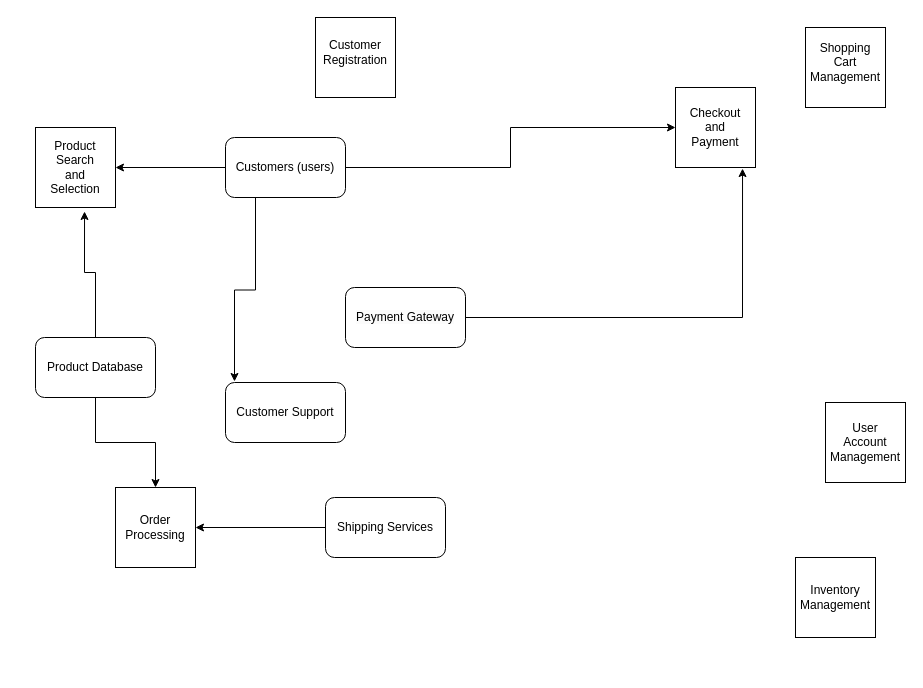
Before: Untitled Diagram.drawio in Chukwuebuka-2003/SE-DFD, a draw.io diagram. Source tidied: cells renumbered, new cells numbered last; positions are measured from the earlier drawing's top-left corner, leaving out a move shared by most shapes. Both pictures are drawn from the tidied source at 100%, with x=0, y=0 at pixel (35, 17).
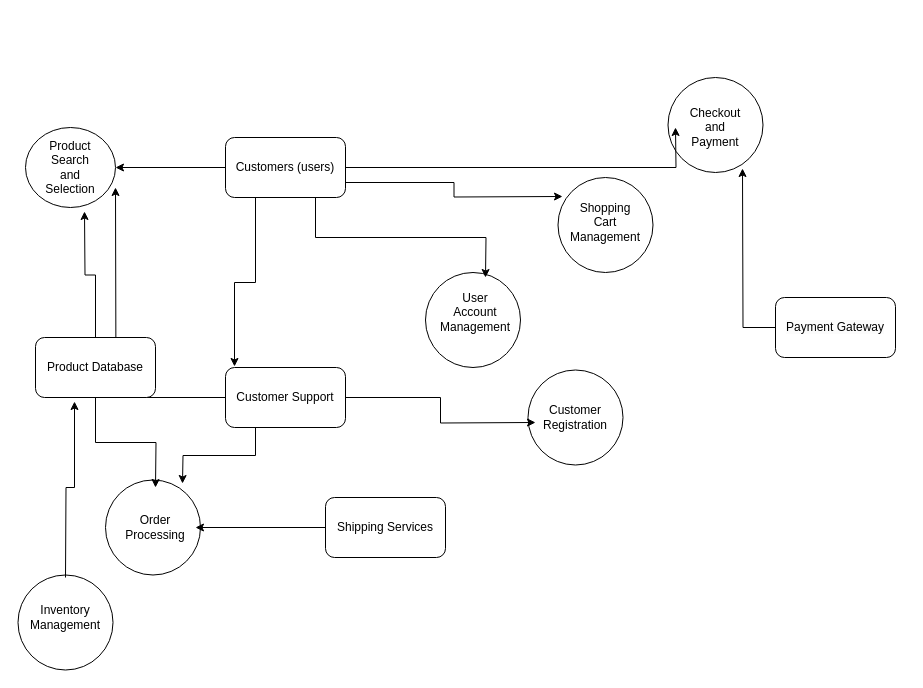
The same diagram, later.

The change refers to these unchanged cells:
```xml
<mxCell id="12" value="Customers (users)" style="rounded=1;whiteSpace=wrap;html=1;" parent="1" vertex="1">
  <mxGeometry x="190" y="120" width="120" height="60" as="geometry" />
</mxCell>
<mxCell id="15" value="Product Database" style="rounded=1;whiteSpace=wrap;html=1;" parent="1" vertex="1">
  <mxGeometry y="320" width="120" height="60" as="geometry" />
</mxCell>
<mxCell id="17" value="Shipping Services" style="rounded=1;whiteSpace=wrap;html=1;" parent="1" vertex="1">
  <mxGeometry x="290" y="480" width="120" height="60" as="geometry" />
</mxCell>
```

The edit, as a diff of the source:
```diff
@@
-    <mxCell id="2" style="whiteSpace=wrap;html=1;" parent="1" vertex="1">
-      <mxGeometry x="280" width="80" height="80" as="geometry" />
-    </mxCell>
-    <mxCell id="3" style="whiteSpace=wrap;html=1;" parent="1" vertex="1">
-      <mxGeometry x="790" y="385" width="80" height="80" as="geometry" />
-    </mxCell>
-    <mxCell id="4" style="whiteSpace=wrap;html=1;" parent="1" vertex="1">
-      <mxGeometry x="80" y="470" width="80" height="80" as="geometry" />
-    </mxCell>
-    <mxCell id="5" style="whiteSpace=wrap;html=1;" parent="1" vertex="1">
-      <mxGeometry y="110" width="80" height="80" as="geometry" />
-    </mxCell>
-    <mxCell id="6" style="whiteSpace=wrap;html=1;" parent="1" vertex="1">
-      <mxGeometry x="760" y="540" width="80" height="80" as="geometry" />
-    </mxCell>
-    <mxCell id="7" style="whiteSpace=wrap;html=1;" parent="1" vertex="1">
-      <mxGeometry x="770" y="10" width="80" height="80" as="geometry" />
-    </mxCell>
-    <mxCell id="8" style="whiteSpace=wrap;html=1;" parent="1" vertex="1">
-      <mxGeometry x="640" y="70" width="80" height="80" as="geometry" />
-    </mxCell>
+    <mxCell id="28" style="shape=ellipse;html=1;dashed=0;whiteSpace=wrap;perimeter=ellipsePerimeter;" parent="1" vertex="1">
+      <mxGeometry x="632.5" y="60" width="95" height="95" as="geometry" />
+    </mxCell>
+    <mxCell id="29" style="shape=ellipse;html=1;dashed=0;whiteSpace=wrap;perimeter=ellipsePerimeter;" parent="1" vertex="1">
+      <mxGeometry x="-17.5" y="557.5" width="95" height="95" as="geometry" />
+    </mxCell>
+    <mxCell id="30" style="shape=ellipse;html=1;dashed=0;whiteSpace=wrap;perimeter=ellipsePerimeter;" parent="1" vertex="1">
+      <mxGeometry x="70" y="462.5" width="95" height="95" as="geometry" />
+    </mxCell>
+    <mxCell id="31" style="shape=ellipse;html=1;dashed=0;whiteSpace=wrap;perimeter=ellipsePerimeter;" parent="1" vertex="1">
+      <mxGeometry x="492.5" y="352.5" width="95" height="95" as="geometry" />
+    </mxCell>
+    <mxCell id="32" style="shape=ellipse;html=1;dashed=0;whiteSpace=wrap;perimeter=ellipsePerimeter;" parent="1" vertex="1">
+      <mxGeometry x="522.5" y="160" width="95" height="95" as="geometry" />
+    </mxCell>
+    <mxCell id="33" style="shape=ellipse;html=1;dashed=0;whiteSpace=wrap;perimeter=ellipsePerimeter;" parent="1" vertex="1">
+      <mxGeometry x="390" y="255" width="95" height="95" as="geometry" />
+    </mxCell>
+    <mxCell id="34" style="shape=ellipse;html=1;dashed=0;whiteSpace=wrap;perimeter=ellipsePerimeter;" parent="1" vertex="1">
+      <mxGeometry x="-10" y="110" width="90" height="80" as="geometry" />
+    </mxCell>
     <mxCell id="9" value="&lt;span style=&quot;color: rgb(0, 0, 0); font-family: Helvetica; font-size: 12px; font-style: normal; font-variant-ligatures: normal; font-variant-caps: normal; font-weight: 400; letter-spacing: normal; orphans: 2; text-align: center; text-indent: 0px; text-transform: none; widows: 2; word-spacing: 0px; -webkit-text-stroke-width: 0px; background-color: rgb(251, 251, 251); text-decoration-thickness: initial; text-decoration-style: initial; text-decoration-color: initial; float: none; display: inline !important;&quot;&gt;Payment Gateway&lt;/span&gt;" style="rounded=1;whiteSpace=wrap;html=1;" parent="1" vertex="1">
-      <mxGeometry x="310" y="270" width="120" height="60" as="geometry" />
+      <mxGeometry x="740" y="280" width="120" height="60" as="geometry" />
     </mxCell>
-    <mxCell id="10" style="edgeStyle=orthogonalEdgeStyle;rounded=0;jettySize=auto;html=1;entryX=1;entryY=0.5;entryDx=0;entryDy=0;" parent="1" edge="1" source="12" target="5">
-      <mxGeometry relative="1" as="geometry" />
+    <mxCell id="10" style="edgeStyle=orthogonalEdgeStyle;rounded=0;jettySize=auto;html=1;entryX=1;entryY=0.5;entryDx=0;entryDy=0;" parent="1" edge="1" source="12">
+      <mxGeometry relative="1" as="geometry">
+        <mxPoint x="80" y="150" as="targetPoint" />
+      </mxGeometry>
     </mxCell>
-    <mxCell id="11" style="edgeStyle=orthogonalEdgeStyle;rounded=0;jettySize=auto;html=1;entryX=0;entryY=0.5;entryDx=0;entryDy=0;" parent="1" edge="1" source="12" target="8">
-      <mxGeometry relative="1" as="geometry" />
+    <mxCell id="11" style="edgeStyle=orthogonalEdgeStyle;rounded=0;jettySize=auto;html=1;entryX=0;entryY=0.5;entryDx=0;entryDy=0;" parent="1" edge="1" source="12">
+      <mxGeometry relative="1" as="geometry">
+        <mxPoint x="640" y="110" as="targetPoint" />
+      </mxGeometry>
     </mxCell>
+    <mxCell id="35" style="edgeStyle=orthogonalEdgeStyle;rounded=0;jettySize=auto;html=1;exitX=0.75;exitY=1;exitDx=0;exitDy=0;entryX=0.75;entryY=0;entryDx=0;entryDy=0;" parent="1" edge="1" source="12">
+      <mxGeometry relative="1" as="geometry">
+        <mxPoint x="450" y="260" as="targetPoint" />
+      </mxGeometry>
+    </mxCell>
@@
+    <mxCell id="36" style="edgeStyle=orthogonalEdgeStyle;rounded=0;jettySize=auto;html=1;entryX=0;entryY=0.5;entryDx=0;entryDy=0;" parent="1" edge="1" source="13">
+      <mxGeometry relative="1" as="geometry">
+        <mxPoint x="500" y="405" as="targetPoint" />
+      </mxGeometry>
+    </mxCell>
+    <mxCell id="37" style="edgeStyle=orthogonalEdgeStyle;rounded=0;jettySize=auto;html=1;entryX=1;entryY=0.75;entryDx=0;entryDy=0;" parent="1" edge="1" source="13">
+      <mxGeometry relative="1" as="geometry">
+        <mxPoint x="80" y="170" as="targetPoint" />
+      </mxGeometry>
+    </mxCell>
     <mxCell id="13" value="Customer Support" style="rounded=1;whiteSpace=wrap;html=1;" parent="1" vertex="1">
-      <mxGeometry x="190" y="365" width="120" height="60" as="geometry" />
+      <mxGeometry x="190" y="350" width="120" height="60" as="geometry" />
     </mxCell>
-    <mxCell id="14" style="edgeStyle=orthogonalEdgeStyle;rounded=0;jettySize=auto;html=1;" parent="1" edge="1" source="15" target="4">
-      <mxGeometry relative="1" as="geometry" />
+    <mxCell id="14" style="edgeStyle=orthogonalEdgeStyle;rounded=0;jettySize=auto;html=1;" parent="1" edge="1" source="15">
+      <mxGeometry relative="1" as="geometry">
+        <mxPoint x="120" y="470" as="targetPoint" />
+      </mxGeometry>
     </mxCell>
@@
-    <mxCell id="16" style="edgeStyle=orthogonalEdgeStyle;rounded=0;jettySize=auto;html=1;entryX=1;entryY=0.5;entryDx=0;entryDy=0;" parent="1" edge="1" source="17" target="4">
-      <mxGeometry relative="1" as="geometry" />
+    <mxCell id="16" style="edgeStyle=orthogonalEdgeStyle;rounded=0;jettySize=auto;html=1;entryX=1;entryY=0.5;entryDx=0;entryDy=0;" parent="1" edge="1" source="17">
+      <mxGeometry relative="1" as="geometry">
+        <mxPoint x="160" y="510" as="targetPoint" />
+      </mxGeometry>
     </mxCell>
@@
     <mxCell id="18" value="Customer Registration" style="text;html=1;strokeColor=none;fillColor=none;align=center;verticalAlign=middle;whiteSpace=wrap;rounded=0;" parent="1" vertex="1">
-      <mxGeometry x="290" y="20" width="60" height="30" as="geometry" />
+      <mxGeometry x="510" y="385" width="60" height="30" as="geometry" />
     </mxCell>
     <mxCell id="19" value="Product Search and Selection" style="text;html=1;strokeColor=none;fillColor=none;align=center;verticalAlign=middle;whiteSpace=wrap;rounded=0;" parent="1" vertex="1">
-      <mxGeometry x="10" y="135" width="60" height="30" as="geometry" />
+      <mxGeometry x="5" y="135" width="60" height="30" as="geometry" />
     </mxCell>
     <mxCell id="20" value="Shopping Cart Management" style="text;html=1;strokeColor=none;fillColor=none;align=center;verticalAlign=middle;whiteSpace=wrap;rounded=0;" parent="1" vertex="1">
-      <mxGeometry x="780" y="30" width="60" height="30" as="geometry" />
+      <mxGeometry x="540" y="190" width="60" height="30" as="geometry" />
     </mxCell>
@@
     <mxCell id="23" value="Inventory Management" style="text;html=1;strokeColor=none;fillColor=none;align=center;verticalAlign=middle;whiteSpace=wrap;rounded=0;" parent="1" vertex="1">
-      <mxGeometry x="770" y="565" width="60" height="30" as="geometry" />
+      <mxGeometry y="585" width="60" height="30" as="geometry" />
     </mxCell>
     <mxCell id="24" value="User Account Management" style="text;html=1;strokeColor=none;fillColor=none;align=center;verticalAlign=middle;whiteSpace=wrap;rounded=0;" parent="1" vertex="1">
-      <mxGeometry x="800" y="410" width="60" height="30" as="geometry" />
+      <mxGeometry x="410" y="280" width="60" height="30" as="geometry" />
     </mxCell>
-    <mxCell id="25" style="edgeStyle=orthogonalEdgeStyle;rounded=0;jettySize=auto;html=1;entryX=0.838;entryY=1.013;entryDx=0;entryDy=0;entryPerimeter=0;" parent="1" edge="1" source="9" target="8">
-      <mxGeometry relative="1" as="geometry" />
+    <mxCell id="25" style="edgeStyle=orthogonalEdgeStyle;rounded=0;jettySize=auto;html=1;entryX=0.838;entryY=1.013;entryDx=0;entryDy=0;entryPerimeter=0;" parent="1" edge="1" source="9">
+      <mxGeometry relative="1" as="geometry">
+        <mxPoint x="707" y="151" as="targetPoint" />
+      </mxGeometry>
     </mxCell>
-    <mxCell id="26" style="edgeStyle=orthogonalEdgeStyle;rounded=0;jettySize=auto;html=1;entryX=0.613;entryY=1.05;entryDx=0;entryDy=0;entryPerimeter=0;" parent="1" edge="1" source="15" target="5">
-      <mxGeometry relative="1" as="geometry" />
+    <mxCell id="26" style="edgeStyle=orthogonalEdgeStyle;rounded=0;jettySize=auto;html=1;entryX=0.613;entryY=1.05;entryDx=0;entryDy=0;entryPerimeter=0;" parent="1" edge="1" source="15">
+      <mxGeometry relative="1" as="geometry">
+        <mxPoint x="49" y="194" as="targetPoint" />
+      </mxGeometry>
     </mxCell>
@@
+    <mxCell id="38" style="edgeStyle=orthogonalEdgeStyle;rounded=0;jettySize=auto;html=1;exitX=0.25;exitY=1;exitDx=0;exitDy=0;entryX=0.838;entryY=-0.05;entryDx=0;entryDy=0;entryPerimeter=0;" parent="1" edge="1" source="13">
+      <mxGeometry relative="1" as="geometry">
+        <mxPoint x="147" y="466" as="targetPoint" />
+      </mxGeometry>
+    </mxCell>
+    <mxCell id="39" style="edgeStyle=orthogonalEdgeStyle;rounded=0;jettySize=auto;html=1;entryX=0.325;entryY=1.067;entryDx=0;entryDy=0;entryPerimeter=0;" parent="1" edge="1" target="15">
+      <mxGeometry relative="1" as="geometry">
+        <mxPoint x="30" y="560" as="sourcePoint" />
+      </mxGeometry>
+    </mxCell>
+    <mxCell id="40" style="edgeStyle=orthogonalEdgeStyle;rounded=0;jettySize=auto;html=1;exitX=1;exitY=0.75;exitDx=0;exitDy=0;entryX=-0.037;entryY=0.113;entryDx=0;entryDy=0;entryPerimeter=0;" parent="1" edge="1" source="12">
+      <mxGeometry relative="1" as="geometry">
+        <mxPoint x="527" y="179" as="targetPoint" />
+      </mxGeometry>
+    </mxCell>
```
